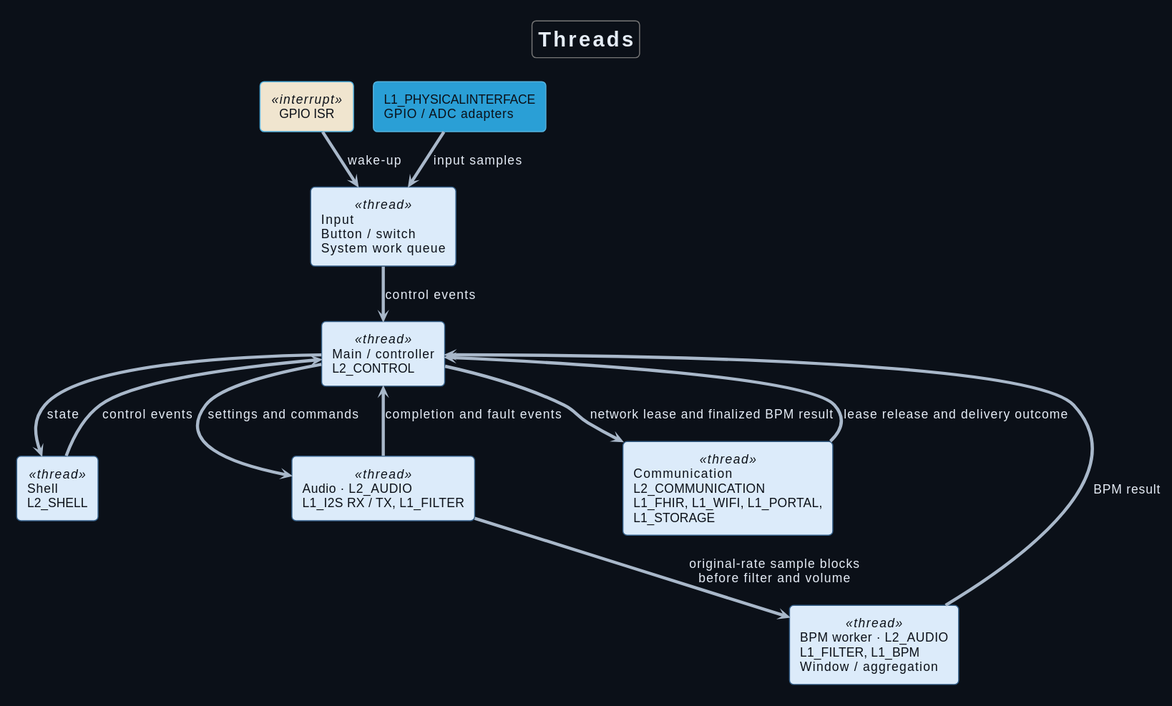
This is Development/system/architecture/system/rendered/runtime_ownership.svg from DemonicPsychoII/DigitalStethoscope, a PlantUML export, as it was before one commit.
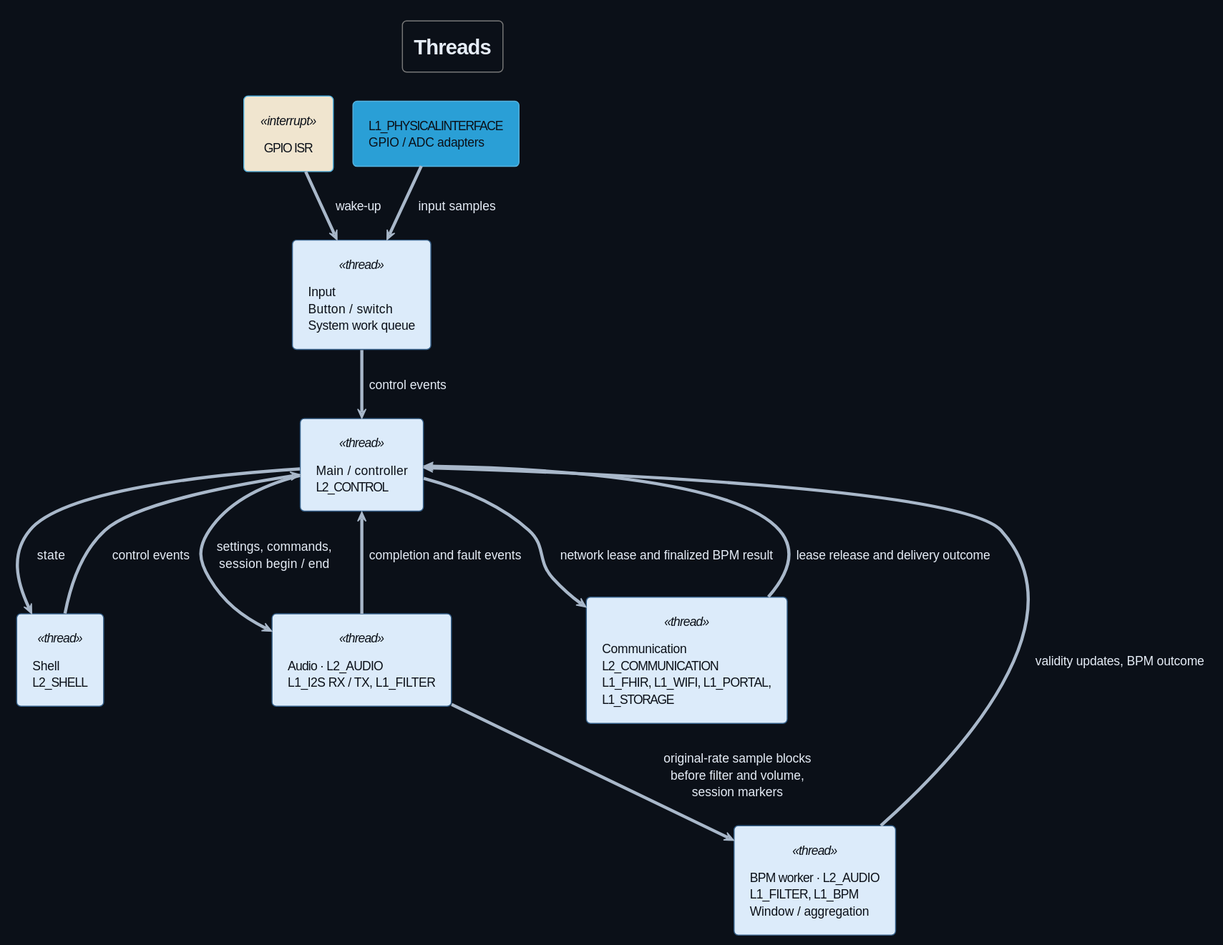
Later version of the same file.

Commit message:
documentation: define the listening filter and BPM analysis architecture

The edit, as a diff of the source:
```diff
@@ -32,9 +32,9 @@
 inp --> ctl : control events
 shell --> ctl : control events
 ctl --> shell : state
-ctl --> audio : settings and commands
-audio --> bpm : original-rate sample blocks\nbefore filter and volume
-bpm --> ctl : BPM result
+ctl --> audio : settings, commands,\nsession begin / end
+audio --> bpm : original-rate sample blocks\nbefore filter and volume,\nsession markers
+bpm --> ctl : validity updates, BPM outcome
 audio --> ctl : completion and fault events
 ctl --> net : network lease and finalized BPM result
 net --> ctl : lease release and delivery outcome
```
